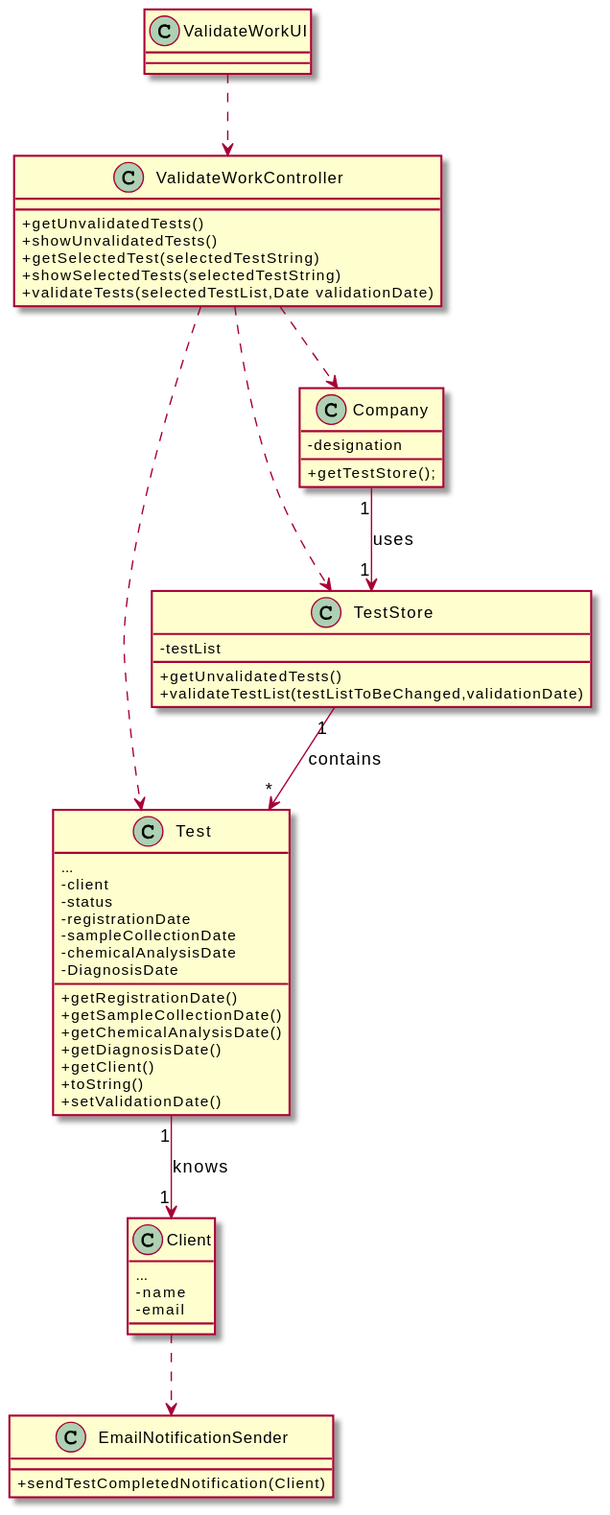
Earlier version of the PlantUML export docs/SprintC/US_15/US_15_CD.svg (RuiRioPina/LAPR2-20-21).
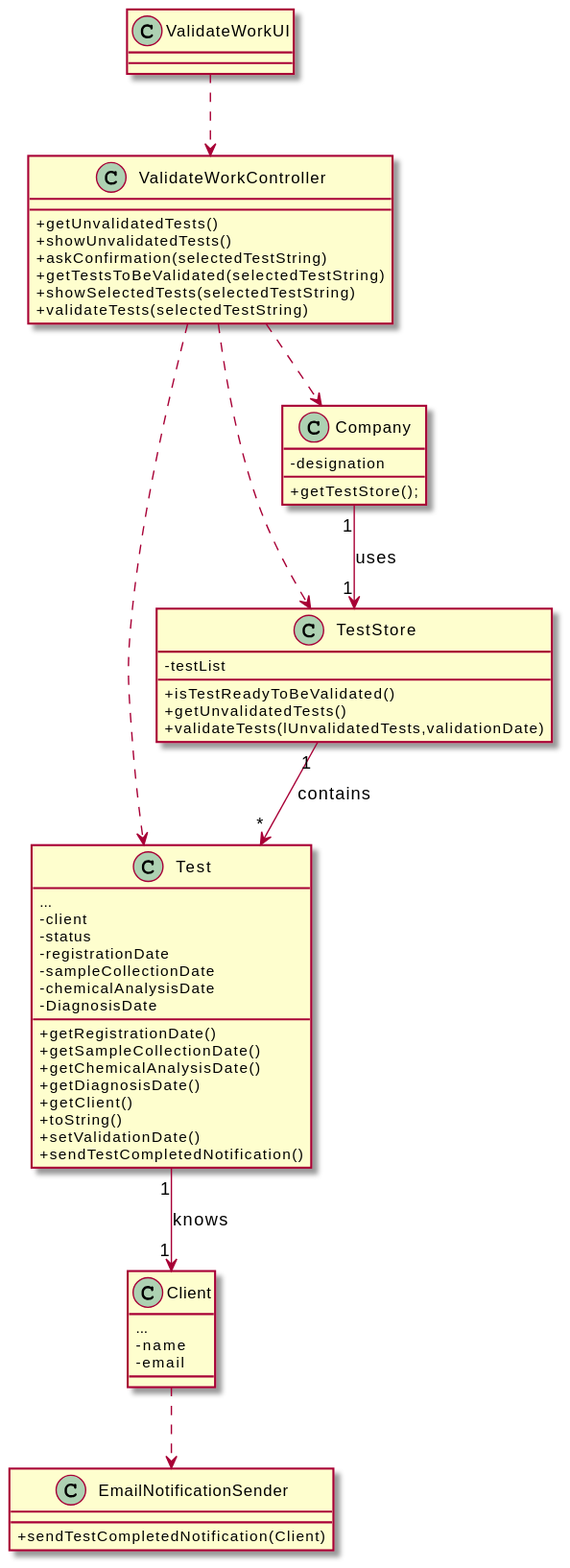
The same file after the commit.

Diff of the diagram source:
```diff
@@ -15,11 +15,13 @@
 +getClient()
 +toString()
 +setValidationDate()
++sendTestCompletedNotification()
 }
 Class TestStore{
 -testList
++isTestReadyToBeValidated()
 +getUnvalidatedTests()
-+validateTestList(testListToBeChanged,validationDate)
++validateTests(lUnvalidatedTests,validationDate)
 }
 Class Company{
 -designation
@@ -30,9 +32,10 @@
 Class ValidateWorkController{
 +getUnvalidatedTests()
 +showUnvalidatedTests()
-+getSelectedTest(selectedTestString)
++askConfirmation(selectedTestString)
++getTestsToBeValidated(selectedTestString)
 +showSelectedTests(selectedTestString)
-+validateTests(selectedTestList,Date validationDate)
++validateTests(selectedTestString)
 }
 Class EmailNotificationSender{
 +sendTestCompletedNotification(Client)
```
